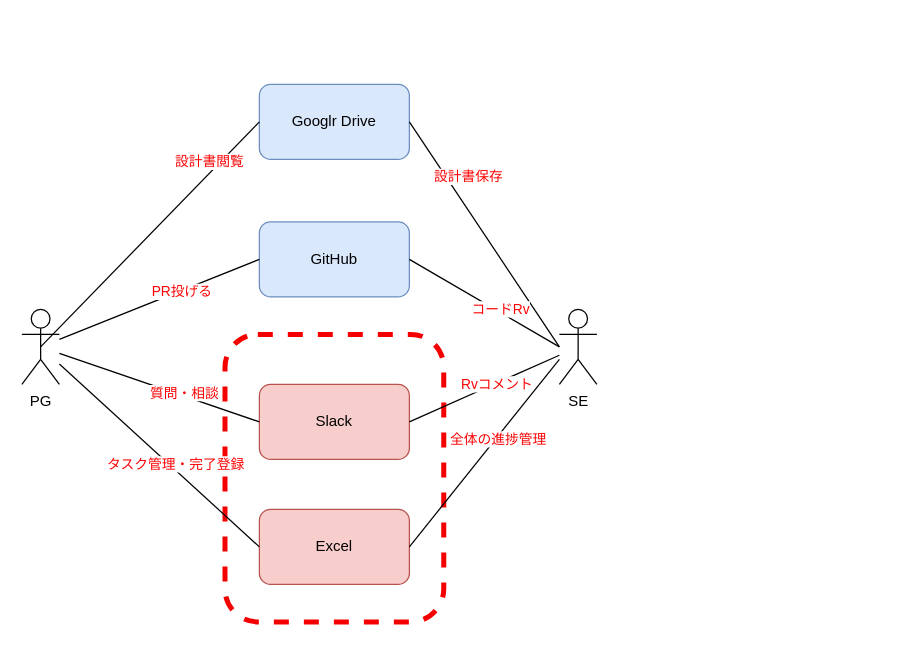
dqi4/git_practice keeps this draw.io diagram as page "コンテキスト図" (1 of 2) of 名称未設定ファイル.drawio. Above is the earlier version. Source tidied: cells renumbered, new cells numbered last; positions are measured from the earlier drawing's top-left corner, leaving out a move shared by most shapes. Both pictures are drawn from the tidied source at 125%, with x=0, y=0 at pixel (21, 84).
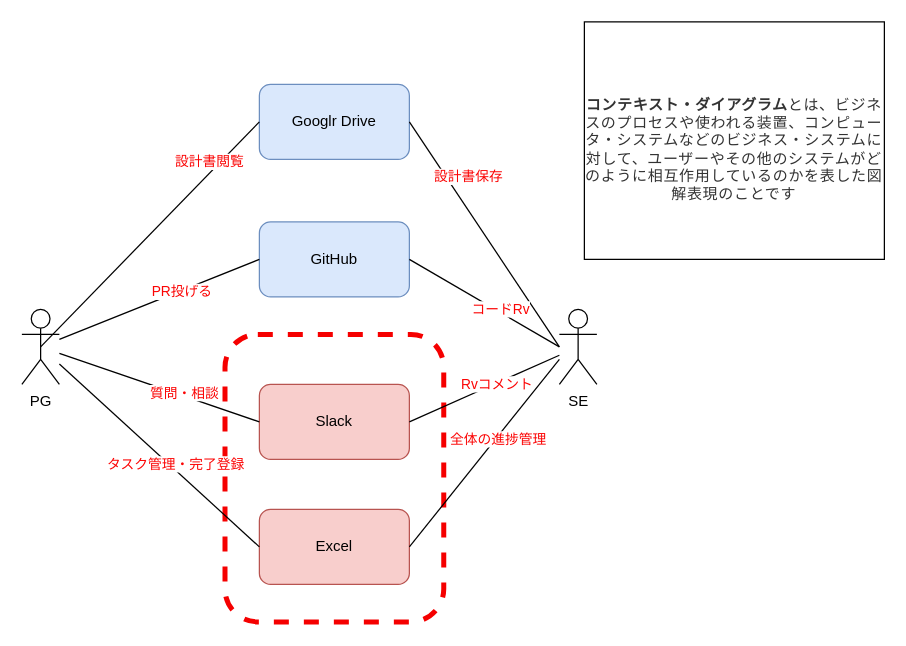
Above is the later version.

The edit, as a diff of the source:
```diff
@@
+    <mxCell id="25" value="&lt;br&gt;&lt;font style=&quot;font-size: 12px;&quot;&gt;&lt;strong style=&quot;box-sizing: border-box; margin: 0px; padding: 0px; letter-spacing: 0.54px; font-weight: 700; color: rgb(51, 51, 51); font-family: &amp;quot;Yu Gothic&amp;quot;, &amp;quot;Hiragino Kaku Gothic Pro&amp;quot;, Meiryo, &amp;quot;MS PGothic&amp;quot;, &amp;quot;Segoe UI&amp;quot;, Verdana, Helvetica, Arial, sans-serif; font-style: normal; font-variant-ligatures: normal; font-variant-caps: normal; orphans: 2; text-align: start; text-indent: 0px; text-transform: none; widows: 2; word-spacing: 0px; -webkit-text-stroke-width: 0px; background-color: rgb(255, 255, 255); text-decoration-thickness: initial; text-decoration-style: initial; text-decoration-color: initial;&quot;&gt;コンテキスト・ダイアグラム&lt;/strong&gt;&lt;span style=&quot;color: rgb(51, 51, 51); font-family: &amp;quot;Yu Gothic&amp;quot;, &amp;quot;Hiragino Kaku Gothic Pro&amp;quot;, Meiryo, &amp;quot;MS PGothic&amp;quot;, &amp;quot;Segoe UI&amp;quot;, Verdana, Helvetica, Arial, sans-serif; font-style: normal; font-variant-ligatures: normal; font-variant-caps: normal; font-weight: 500; letter-spacing: 0.54px; orphans: 2; text-align: start; text-indent: 0px; text-transform: none; widows: 2; word-spacing: 0px; -webkit-text-stroke-width: 0px; background-color: rgb(255, 255, 255); text-decoration-thickness: initial; text-decoration-style: initial; text-decoration-color: initial; float: none; display: inline !important;&quot;&gt;とは、ビジネスのプロセスや使われる装置、コンピュータ・システムなどのビジネス・システムに対して、ユーザーやその他のシステムがどのように相互作用しているのかを表した図解表現のことです&lt;/span&gt;&lt;/font&gt;&lt;br&gt;" style="rounded=0;whiteSpace=wrap;html=1;" parent="1" vertex="1">
+      <mxGeometry x="450" y="-50" width="240" height="190" as="geometry" />
+    </mxCell>
```
